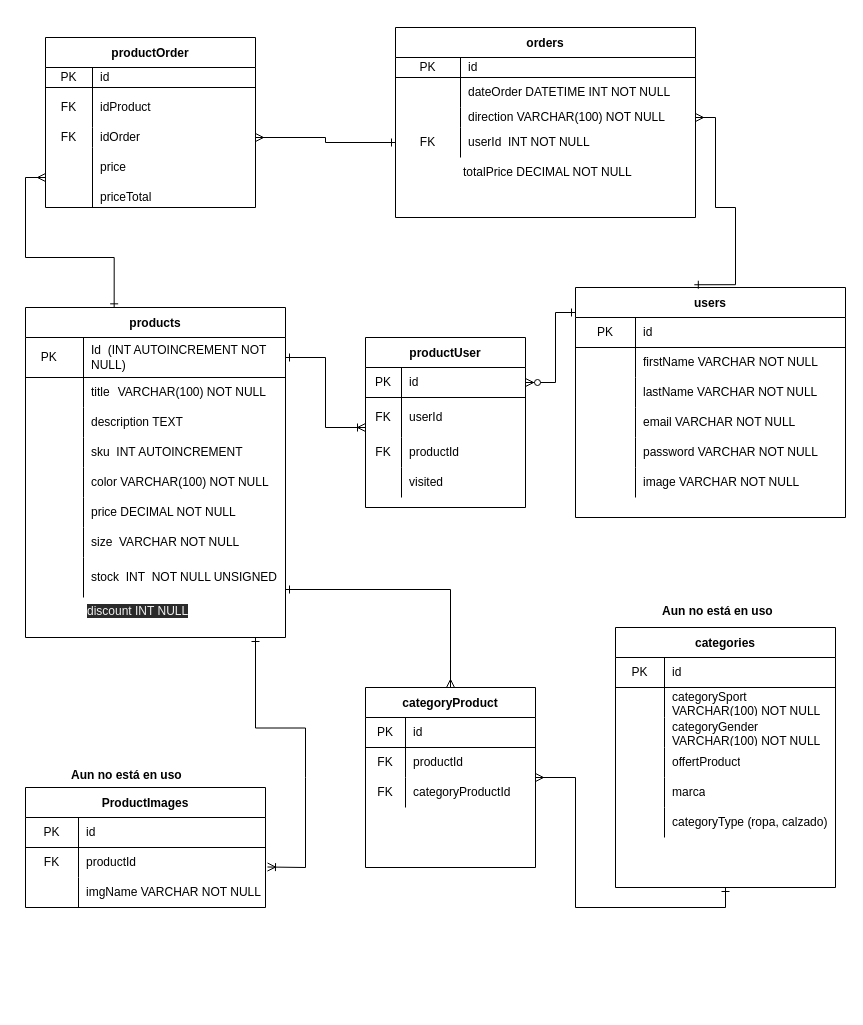
This is data/DER/Entity-Relation-Diagram.drawio from 0621CDFSNCN12LAED/grupo-08, a draw.io file, before an edit. Source tidied: cells renumbered, new cells numbered last; positions are measured from the earlier drawing's top-left corner, leaving out a move shared by most shapes. Both pictures are drawn from the tidied source at 100%, with x=0, y=0 at pixel (25, 27).
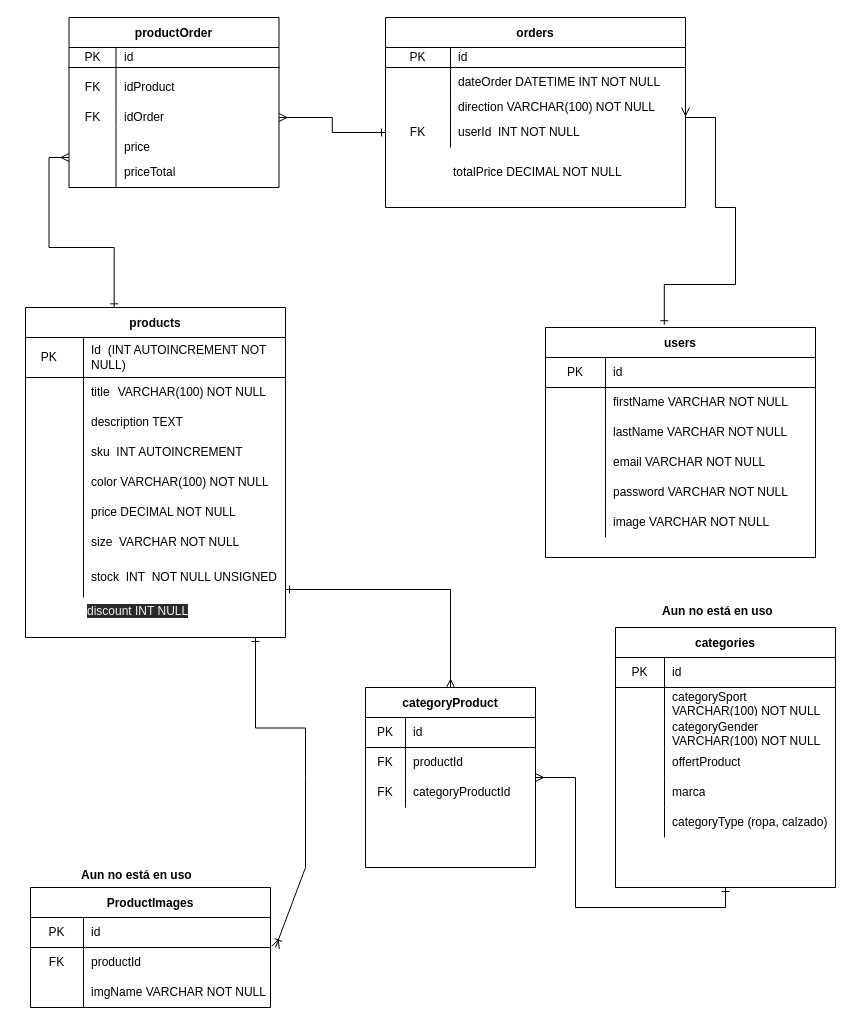
After the change.

The change refers to these unchanged cells:
```xml
<mxCell id="2" value="products" style="shape=table;startSize=30;childLayout=tableLayout;rowLines=0;fontStyle=1;align=center;" parent="1" vertex="1">
  <mxGeometry y="280" width="260" height="330" as="geometry" />
</mxCell>
<mxCell id="3" style="shape=partialRectangle;html=1;whiteSpace=wrap;fillColor=none;top=0;left=0;bottom=1;right=0;points=[[0,0.5],[1,0.5]];portConstraint=eastwest;" parent="2" vertex="1">
  <mxGeometry y="30" width="260" height="40" as="geometry" />
</mxCell>
```

The edit, as a diff of the source:
```diff
@@
-    <mxCell id="27" style="edgeStyle=none;rounded=0;jettySize=auto;html=1;entryX=1;entryY=0.5;entryDx=0;entryDy=0;startArrow=ERone;startFill=0;endArrow=ERoneToMany;endFill=0;exitX=1;exitY=0.5;exitDx=0;exitDy=0;" parent="2" edge="1" source="3">
-      <mxGeometry relative="1" as="geometry">
-        <mxPoint x="340" y="120" as="targetPoint" />
-        <Array as="points">
-          <mxPoint x="300" y="50" />
-          <mxPoint x="300" y="120" />
-        </Array>
-      </mxGeometry>
-    </mxCell>
     <mxCell id="28" value="ProductImages" style="shape=table;startSize=30;childLayout=tableLayout;rowLines=0;fontStyle=1;align=center;" parent="1" vertex="1">
-      <mxGeometry y="760" width="240" height="120" as="geometry" />
+      <mxGeometry x="5" y="860" width="240" height="120" as="geometry" />
     </mxCell>
@@
-    <mxCell id="38" value="productUser" style="shape=table;startSize=30;childLayout=tableLayout;rowLines=0;fontStyle=1;align=center;" parent="1" vertex="1">
-      <mxGeometry x="340" y="310" width="160" height="170" as="geometry" />
-    </mxCell>
-    <mxCell id="39" style="shape=partialRectangle;html=1;whiteSpace=wrap;fillColor=none;top=0;left=0;bottom=1;right=0;points=[[0,0.5],[1,0.5]];portConstraint=eastwest;" parent="38" vertex="1">
-      <mxGeometry y="30" width="160" height="30" as="geometry" />
-    </mxCell>
-    <mxCell id="40" value="PK" style="shape=partialRectangle;html=1;whiteSpace=wrap;fillColor=none;top=0;left=0;bottom=0;right=0;overflow=hidden;" parent="39" vertex="1">
-      <mxGeometry width="36" height="30" as="geometry" />
-    </mxCell>
-    <mxCell id="41" value="id" style="shape=partialRectangle;html=1;whiteSpace=wrap;fillColor=none;top=0;left=0;bottom=0;right=0;align=left;spacingLeft=6;overflow=hidden;" parent="39" vertex="1">
-      <mxGeometry x="36" width="124" height="30" as="geometry" />
-    </mxCell>
-    <mxCell id="42" style="shape=partialRectangle;html=1;whiteSpace=wrap;fillColor=none;top=0;left=0;bottom=0;right=0;" parent="38" vertex="1">
-      <mxGeometry y="60" width="160" height="40" as="geometry" />
-    </mxCell>
-    <mxCell id="43" value="FK" style="shape=partialRectangle;html=1;whiteSpace=wrap;fillColor=none;top=0;left=0;bottom=0;right=0;overflow=hidden;" parent="42" vertex="1">
-      <mxGeometry width="36" height="40" as="geometry" />
-    </mxCell>
-    <mxCell id="44" value="userId" style="shape=partialRectangle;html=1;whiteSpace=wrap;fillColor=none;top=0;left=0;bottom=0;right=0;align=left;spacingLeft=6;overflow=hidden;" parent="42" vertex="1">
-      <mxGeometry x="36" width="124" height="40" as="geometry" />
-    </mxCell>
-    <mxCell id="45" style="shape=partialRectangle;html=1;whiteSpace=wrap;fillColor=none;top=0;left=0;bottom=0;right=0;" parent="38" vertex="1">
-      <mxGeometry y="100" width="160" height="30" as="geometry" />
-    </mxCell>
-    <mxCell id="46" value="FK" style="shape=partialRectangle;html=1;whiteSpace=wrap;fillColor=none;top=0;left=0;bottom=0;right=0;overflow=hidden;" parent="45" vertex="1">
-      <mxGeometry width="36" height="30" as="geometry" />
-    </mxCell>
-    <mxCell id="47" value="productId" style="shape=partialRectangle;html=1;whiteSpace=wrap;fillColor=none;top=0;left=0;bottom=0;right=0;align=left;spacingLeft=6;overflow=hidden;" parent="45" vertex="1">
-      <mxGeometry x="36" width="124" height="30" as="geometry" />
-    </mxCell>
-    <mxCell id="48" style="edgeStyle=none;rounded=0;jettySize=auto;html=1;startArrow=ERzeroToMany;startFill=1;endArrow=ERone;endFill=0;exitX=1;exitY=0.5;exitDx=0;exitDy=0;entryX=1;entryY=0.5;entryDx=0;entryDy=0;" parent="38" edge="1" source="39">
-      <mxGeometry relative="1" as="geometry">
-        <mxPoint x="210" y="-25" as="targetPoint" />
-        <Array as="points">
-          <mxPoint x="190" y="45" />
-          <mxPoint x="190" y="-25" />
-        </Array>
-      </mxGeometry>
-    </mxCell>
-    <mxCell id="49" style="shape=partialRectangle;html=1;whiteSpace=wrap;fillColor=none;top=0;left=0;bottom=0;right=0;" parent="38" vertex="1">
-      <mxGeometry y="130" width="160" height="30" as="geometry" />
-    </mxCell>
-    <mxCell id="50" style="shape=partialRectangle;html=1;whiteSpace=wrap;fillColor=none;top=0;left=0;bottom=0;right=0;overflow=hidden;" parent="49" vertex="1">
-      <mxGeometry width="36" height="30" as="geometry" />
-    </mxCell>
-    <mxCell id="51" value="visited" style="shape=partialRectangle;html=1;whiteSpace=wrap;fillColor=none;top=0;left=0;bottom=0;right=0;align=left;spacingLeft=6;overflow=hidden;" parent="49" vertex="1">
-      <mxGeometry x="36" width="124" height="30" as="geometry" />
-    </mxCell>
     <mxCell id="52" value="users" style="shape=table;startSize=30;childLayout=tableLayout;rowLines=0;fontStyle=1;align=center;" parent="1" vertex="1">
-      <mxGeometry x="550" y="260" width="270" height="230" as="geometry" />
+      <mxGeometry x="520" y="300" width="270" height="230" as="geometry" />
     </mxCell>
@@
     <mxCell id="71" style="edgeStyle=none;rounded=0;orthogonalLoop=1;jettySize=auto;html=1;startArrow=ERoneToMany;startFill=0;endArrow=ERone;endFill=0;" parent="1" edge="1">
       <mxGeometry relative="1" as="geometry">
-        <mxPoint x="242" y="839.5" as="sourcePoint" />
+        <mxPoint x="250" y="920" as="sourcePoint" />
         <mxPoint x="230" y="610" as="targetPoint" />
         <Array as="points">
           <mxPoint x="280" y="840" />
           <mxPoint x="280" y="750" />
           <mxPoint x="280" y="700.5" />
           <mxPoint x="230" y="700.5" />
         </Array>
       </mxGeometry>
     </mxCell>
@@
     <mxCell id="103" value="orders" style="shape=table;startSize=30;childLayout=tableLayout;rowLines=0;fontStyle=1;align=center;" parent="1" vertex="1">
-      <mxGeometry x="370" width="300" height="190" as="geometry" />
+      <mxGeometry x="360" y="-10" width="300" height="190" as="geometry" />
     </mxCell>
@@
     <mxCell id="117" value="productOrder" style="shape=table;startSize=30;childLayout=tableLayout;rowLines=0;fontStyle=1;align=center;" parent="1" vertex="1">
-      <mxGeometry x="20" y="10" width="210" height="170" as="geometry" />
+      <mxGeometry x="43.5" y="-10" width="210" height="170" as="geometry" />
     </mxCell>
@@
     <mxCell id="131" value="totalPrice DECIMAL NOT NULL" style="shape=partialRectangle;html=1;whiteSpace=wrap;fillColor=none;top=0;left=0;bottom=0;right=0;align=left;spacingLeft=6;overflow=hidden;" parent="1" vertex="1">
-      <mxGeometry x="430" y="130" width="180" height="30" as="geometry" />
+      <mxGeometry x="420" y="130" width="180" height="30" as="geometry" />
     </mxCell>
@@
     <mxCell id="133" value="price" style="shape=partialRectangle;html=1;whiteSpace=wrap;fillColor=none;top=0;left=0;bottom=0;right=0;align=left;spacingLeft=6;overflow=hidden;" parent="1" vertex="1">
-      <mxGeometry x="67" y="130" width="163" height="20" as="geometry" />
+      <mxGeometry x="90.5" y="110" width="163" height="20" as="geometry" />
     </mxCell>
     <mxCell id="134" value="priceTotal" style="shape=partialRectangle;html=1;whiteSpace=wrap;fillColor=none;top=0;left=0;bottom=0;right=0;align=left;spacingLeft=6;overflow=hidden;" parent="1" vertex="1">
-      <mxGeometry x="67" y="160" width="163" height="20" as="geometry" />
+      <mxGeometry x="90.5" y="135" width="163" height="20" as="geometry" />
     </mxCell>
@@
     <mxCell id="136" value="Aun no está en uso&#10;" style="text;strokeColor=none;fillColor=none;align=left;verticalAlign=top;spacingLeft=4;spacingRight=4;overflow=hidden;fontStyle=1;" parent="1" vertex="1">
-      <mxGeometry x="40" y="734" width="140" height="26" as="geometry" />
+      <mxGeometry x="50" y="834" width="140" height="26" as="geometry" />
     </mxCell>
```
